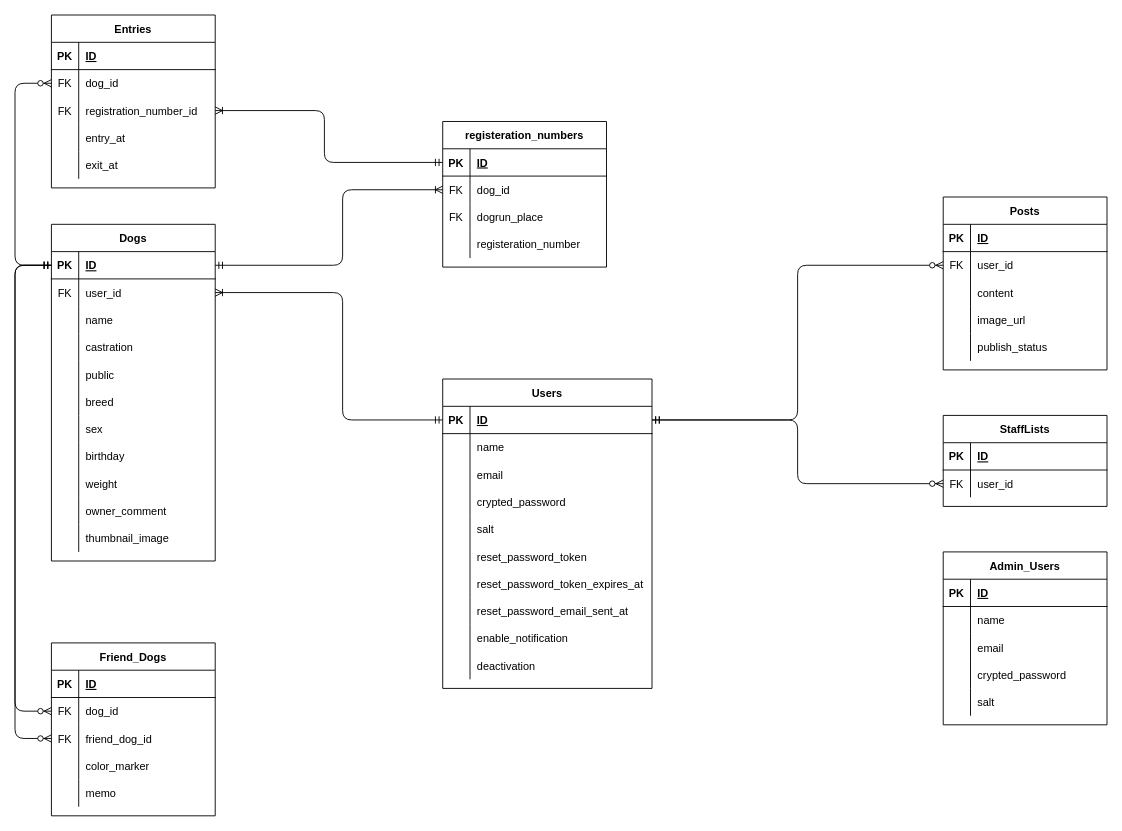
Kedaruma-Bond/dogrun_connect_app keeps this draw.io diagram as ER_diagram.drawio. Above is the earlier version. Source tidied: cells renumbered, new cells numbered last; positions are measured from the earlier drawing's top-left corner, leaving out a move shared by most shapes. Both pictures are drawn from the tidied source at 91%, with x=0, y=0 at pixel (15, 15).
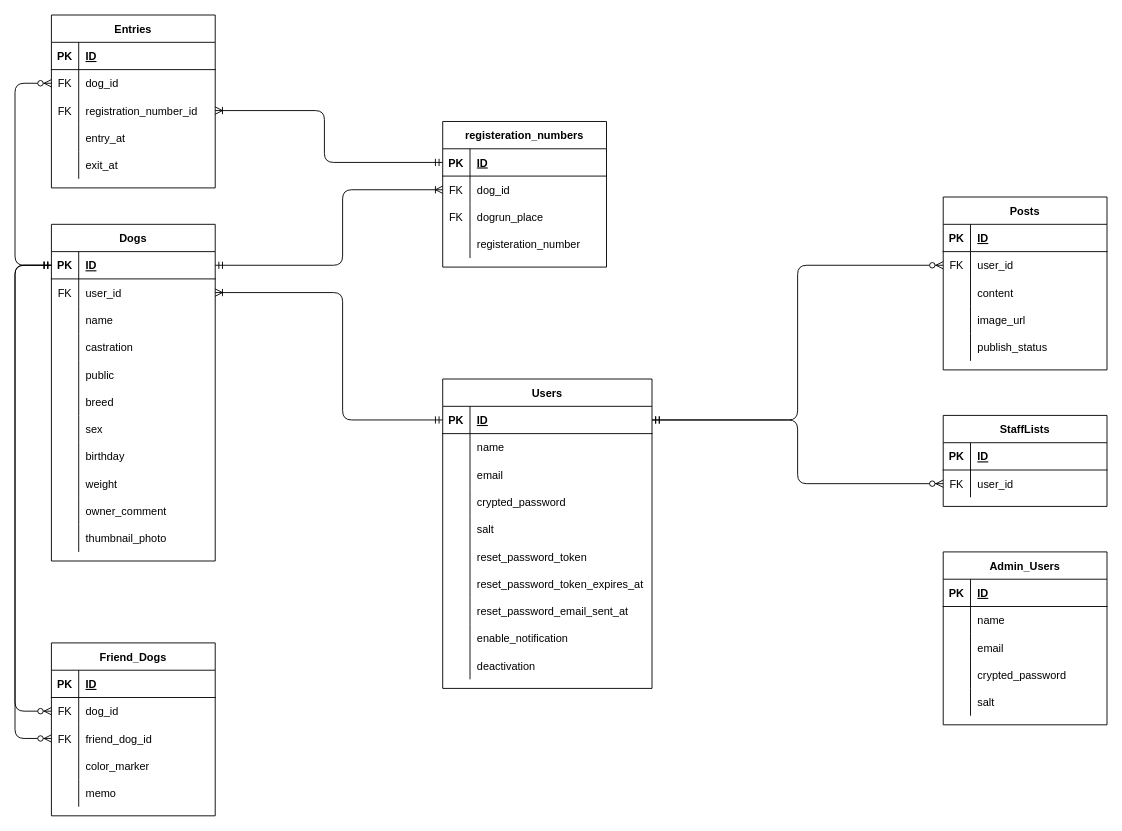
After the change.

The change refers to these unchanged cells:
```xml
<mxCell id="87" style="shape=partialRectangle;fillColor=none;top=0;left=0;bottom=0;right=0;" parent="56" vertex="1">
  <mxGeometry y="330" width="180" height="30" as="geometry" />
</mxCell>
```

What changed in the source:
```diff
@@
-    <mxCell id="89" value="thumbnail_image" style="shape=partialRectangle;fillColor=none;top=0;left=0;bottom=0;right=0;align=left;spacingLeft=6;overflow=hidden;" parent="87" vertex="1">
+    <mxCell id="89" value="thumbnail_photo" style="shape=partialRectangle;fillColor=none;top=0;left=0;bottom=0;right=0;align=left;spacingLeft=6;overflow=hidden;" parent="87" vertex="1">
       <mxGeometry x="30" width="150" height="30" as="geometry" />
     </mxCell>
```
